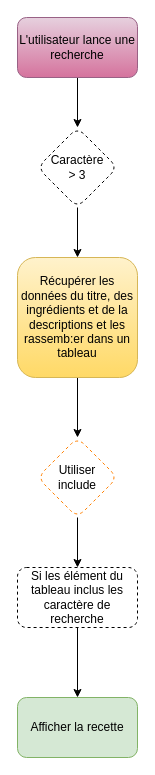
The draw.io diagram Untitled Diagram.drawio in BaptGP/OCFrontEnd_P7, before the edit. Source tidied: cells renumbered, new cells numbered last; positions are measured from the earlier drawing's top-left corner, leaving out a move shared by most shapes. Both pictures are drawn from the tidied source at 100%, with x=0, y=0 at pixel (17, 17).
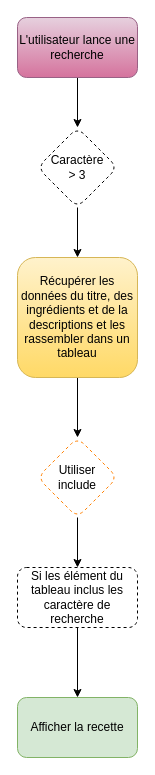
The same page after the edit.

Diff of the diagram source:
```diff
@@
 <mxGraphModel>
   <root>
     <mxCell id="0" />
     <mxCell id="1" parent="0" />
     <mxCell id="2" style="edgeStyle=orthogonalEdgeStyle;rounded=0;jettySize=auto;html=1;" parent="1" edge="1" source="3" target="5">
       <mxGeometry relative="1" as="geometry" />
     </mxCell>
     <mxCell id="3" value="L'utilisateur lance une recherche" style="rounded=1;whiteSpace=wrap;html=1;fillColor=#e6d0de;gradientColor=#d5739d;strokeColor=#996185;" parent="1" vertex="1">
       <mxGeometry width="120" height="60" as="geometry" />
     </mxCell>
     <mxCell id="4" style="edgeStyle=orthogonalEdgeStyle;rounded=0;jettySize=auto;html=1;" parent="1" edge="1" source="5" target="7">
       <mxGeometry relative="1" as="geometry" />
     </mxCell>
     <mxCell id="5" value="Caractère &lt;br&gt;&amp;gt; 3" style="rhombus;whiteSpace=wrap;html=1;rounded=1;dashed=1;" parent="1" vertex="1">
       <mxGeometry x="20" y="110" width="80" height="80" as="geometry" />
     </mxCell>
     <mxCell id="6" style="edgeStyle=orthogonalEdgeStyle;rounded=0;jettySize=auto;html=1;" parent="1" edge="1" source="7" target="9">
       <mxGeometry relative="1" as="geometry" />
     </mxCell>
-    <mxCell id="7" value="Récupérer les données du titre, des ingrédients et de la descriptions et les rassemb:er dans un tableau" style="whiteSpace=wrap;html=1;rounded=1;fillColor=#fff2cc;gradientColor=#ffd966;strokeColor=#d6b656;" parent="1" vertex="1">
+    <mxCell id="7" value="Récupérer les données du titre, des ingrédients et de la descriptions et les rassembler dans un tableau" style="whiteSpace=wrap;html=1;rounded=1;fillColor=#fff2cc;gradientColor=#ffd966;strokeColor=#d6b656;" parent="1" vertex="1">
       <mxGeometry y="240" width="120" height="120" as="geometry" />
     </mxCell>
     <mxCell id="8" style="edgeStyle=orthogonalEdgeStyle;rounded=0;jettySize=auto;html=1;" parent="1" edge="1" source="9" target="11">
       <mxGeometry relative="1" as="geometry" />
     </mxCell>
     <mxCell id="9" value="Utiliser&lt;br&gt;include" style="rhombus;whiteSpace=wrap;html=1;rounded=1;dashed=1;strokeColor=#FF8000;" parent="1" vertex="1">
       <mxGeometry x="20" y="420" width="80" height="80" as="geometry" />
     </mxCell>
     <mxCell id="10" style="edgeStyle=orthogonalEdgeStyle;rounded=0;jettySize=auto;html=1;" parent="1" edge="1" source="11" target="12">
       <mxGeometry relative="1" as="geometry" />
     </mxCell>
     <mxCell id="11" value="Si les élément du tableau inclus les caractère de recherche" style="whiteSpace=wrap;html=1;rounded=1;dashed=1;" parent="1" vertex="1">
       <mxGeometry y="550" width="120" height="60" as="geometry" />
     </mxCell>
     <mxCell id="12" value="Afficher la recette" style="rounded=1;whiteSpace=wrap;html=1;fillColor=#d5e8d4;strokeColor=#82b366;" parent="1" vertex="1">
       <mxGeometry y="680" width="120" height="60" as="geometry" />
     </mxCell>
   </root>
 </mxGraphModel>
```
